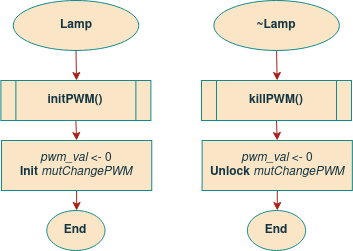
This is project/report/images/09sw_specification/lampconstruct.png from ESRGgroup9/slipad, a draw.io export, as it was before one commit. Source tidied: cells renumbered, new cells last; positions are measured from the earlier drawing's top-left corner, leaving out a move shared by most shapes. Source of this version:
```xml
<mxGraphModel>
  <root>
    <mxCell id="0" />
    <mxCell id="1" parent="0" />
    <mxCell id="2" style="edgeStyle=orthogonalEdgeStyle;curved=0;rounded=1;sketch=0;jettySize=auto;html=1;exitX=0.5;exitY=1;exitDx=0;exitDy=0;entryX=0.5;entryY=0;entryDx=0;entryDy=0;fontColor=#143642;strokeColor=#A8201A;fillColor=#FAE5C7;" parent="1" edge="1" source="3">
      <mxGeometry relative="1" as="geometry">
        <mxPoint x="76" y="80" as="targetPoint" />
      </mxGeometry>
    </mxCell>
    <mxCell id="3" value="Lamp" style="ellipse;whiteSpace=wrap;html=1;fillColor=#FAE5C7;strokeColor=#0F8B8D;fontColor=#143642;fontStyle=1;" parent="1" vertex="1">
      <mxGeometry x="12.8" width="125.5" height="50" as="geometry" />
    </mxCell>
    <mxCell id="4" style="edgeStyle=orthogonalEdgeStyle;curved=0;rounded=1;sketch=0;jettySize=auto;html=1;exitX=0.5;exitY=1;exitDx=0;exitDy=0;entryX=0.5;entryY=0;entryDx=0;entryDy=0;fontColor=#143642;strokeColor=#A8201A;fillColor=#FAE5C7;" parent="1" edge="1" source="5">
      <mxGeometry relative="1" as="geometry">
        <mxPoint x="76.1" y="210" as="targetPoint" />
      </mxGeometry>
    </mxCell>
    <mxCell id="5" value="&lt;div&gt;&lt;i&gt;pwm_val&lt;/i&gt; &amp;lt;- 0&lt;/div&gt;&lt;div&gt;&lt;b&gt;Init&lt;/b&gt; &lt;i&gt;mutChangePWM&lt;/i&gt;&lt;/div&gt;" style="rounded=0;whiteSpace=wrap;html=1;sketch=0;fontColor=#143642;strokeColor=#0F8B8D;fillColor=#FAE5C7;" parent="1" vertex="1">
      <mxGeometry x="1" y="140" width="150.2" height="50" as="geometry" />
    </mxCell>
    <mxCell id="6" style="edgeStyle=orthogonalEdgeStyle;curved=0;rounded=1;sketch=0;jettySize=auto;html=1;exitX=0.5;exitY=1;exitDx=0;exitDy=0;entryX=0.5;entryY=0;entryDx=0;entryDy=0;fontColor=#143642;strokeColor=#A8201A;fillColor=#FAE5C7;" parent="1" edge="1" source="7" target="5">
      <mxGeometry relative="1" as="geometry" />
    </mxCell>
    <mxCell id="7" value="&lt;b&gt;initPWM()&lt;/b&gt;" style="shape=process;whiteSpace=wrap;html=1;backgroundOutline=1;rounded=0;sketch=0;fontColor=#143642;strokeColor=#0F8B8D;fillColor=#FAE5C7;" parent="1" vertex="1">
      <mxGeometry x="0.4" y="80" width="150" height="40" as="geometry" />
    </mxCell>
    <mxCell id="8" value="End" style="ellipse;whiteSpace=wrap;html=1;fillColor=#FAE5C7;strokeColor=#0F8B8D;fontColor=#143642;fontStyle=1;" parent="1" vertex="1">
      <mxGeometry x="46.3" y="210" width="58.2" height="40" as="geometry" />
    </mxCell>
    <mxCell id="9" style="edgeStyle=orthogonalEdgeStyle;curved=0;rounded=1;sketch=0;jettySize=auto;html=1;exitX=0.5;exitY=1;exitDx=0;exitDy=0;entryX=0.5;entryY=0;entryDx=0;entryDy=0;fontColor=#143642;strokeColor=#A8201A;fillColor=#FAE5C7;" parent="1" edge="1" source="10">
      <mxGeometry relative="1" as="geometry">
        <mxPoint x="276.6" y="80" as="targetPoint" />
      </mxGeometry>
    </mxCell>
    <mxCell id="10" value="~Lamp" style="ellipse;whiteSpace=wrap;html=1;fillColor=#FAE5C7;strokeColor=#0F8B8D;fontColor=#143642;fontStyle=1;" parent="1" vertex="1">
      <mxGeometry x="213.4" width="125.5" height="50" as="geometry" />
    </mxCell>
    <mxCell id="11" style="edgeStyle=orthogonalEdgeStyle;curved=0;rounded=1;sketch=0;jettySize=auto;html=1;exitX=0.5;exitY=1;exitDx=0;exitDy=0;entryX=0.5;entryY=0;entryDx=0;entryDy=0;fontColor=#143642;strokeColor=#A8201A;fillColor=#FAE5C7;" parent="1" edge="1" source="12">
      <mxGeometry relative="1" as="geometry">
        <mxPoint x="276.7" y="210" as="targetPoint" />
      </mxGeometry>
    </mxCell>
    <mxCell id="12" value="&lt;div&gt;&lt;i&gt;pwm_val&lt;/i&gt; &amp;lt;- 0&lt;/div&gt;&lt;div&gt;&lt;b&gt;Unlock&lt;/b&gt; &lt;i&gt;mutChangePWM&lt;/i&gt;&lt;/div&gt;" style="rounded=0;whiteSpace=wrap;html=1;sketch=0;fontColor=#143642;strokeColor=#0F8B8D;fillColor=#FAE5C7;" parent="1" vertex="1">
      <mxGeometry x="201.6" y="140" width="150.2" height="50" as="geometry" />
    </mxCell>
    <mxCell id="13" style="edgeStyle=orthogonalEdgeStyle;curved=0;rounded=1;sketch=0;jettySize=auto;html=1;exitX=0.5;exitY=1;exitDx=0;exitDy=0;entryX=0.5;entryY=0;entryDx=0;entryDy=0;fontColor=#143642;strokeColor=#A8201A;fillColor=#FAE5C7;" parent="1" edge="1" source="14" target="12">
      <mxGeometry relative="1" as="geometry" />
    </mxCell>
    <mxCell id="14" value="&lt;b&gt;killPWM()&lt;/b&gt;" style="shape=process;whiteSpace=wrap;html=1;backgroundOutline=1;rounded=0;sketch=0;fontColor=#143642;strokeColor=#0F8B8D;fillColor=#FAE5C7;" parent="1" vertex="1">
      <mxGeometry x="201" y="80" width="150" height="40" as="geometry" />
    </mxCell>
    <mxCell id="15" value="End" style="ellipse;whiteSpace=wrap;html=1;fillColor=#FAE5C7;strokeColor=#0F8B8D;fontColor=#143642;fontStyle=1;" parent="1" vertex="1">
      <mxGeometry x="246.9" y="210" width="58.2" height="40" as="geometry" />
    </mxCell>
  </root>
</mxGraphModel>
```
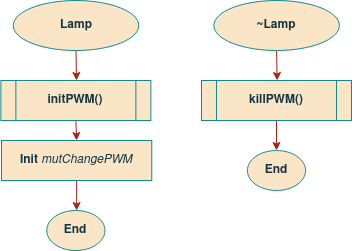
After the commit.

Diff of the diagram source:
```diff
@@ -15,8 +15,8 @@
         <mxPoint x="76.1" y="210" as="targetPoint" />
       </mxGeometry>
     </mxCell>
-    <mxCell id="5" value="&lt;div&gt;&lt;i&gt;pwm_val&lt;/i&gt; &amp;lt;- 0&lt;/div&gt;&lt;div&gt;&lt;b&gt;Init&lt;/b&gt; &lt;i&gt;mutChangePWM&lt;/i&gt;&lt;/div&gt;" style="rounded=0;whiteSpace=wrap;html=1;sketch=0;fontColor=#143642;strokeColor=#0F8B8D;fillColor=#FAE5C7;" parent="1" vertex="1">
-      <mxGeometry x="1" y="140" width="150.2" height="50" as="geometry" />
+    <mxCell id="5" value="&lt;div&gt;&lt;b&gt;Init&lt;/b&gt; &lt;i&gt;mutChangePWM&lt;/i&gt;&lt;/div&gt;" style="rounded=0;whiteSpace=wrap;html=1;sketch=0;fontColor=#143642;strokeColor=#0F8B8D;fillColor=#FAE5C7;" parent="1" vertex="1">
+      <mxGeometry x="1" y="140" width="150.2" height="40" as="geometry" />
     </mxCell>
     <mxCell id="6" style="edgeStyle=orthogonalEdgeStyle;curved=0;rounded=1;sketch=0;jettySize=auto;html=1;exitX=0.5;exitY=1;exitDx=0;exitDy=0;entryX=0.5;entryY=0;entryDx=0;entryDy=0;fontColor=#143642;strokeColor=#A8201A;fillColor=#FAE5C7;" parent="1" edge="1" source="7" target="5">
       <mxGeometry relative="1" as="geometry" />
@@ -35,22 +35,14 @@
     <mxCell id="10" value="~Lamp" style="ellipse;whiteSpace=wrap;html=1;fillColor=#FAE5C7;strokeColor=#0F8B8D;fontColor=#143642;fontStyle=1;" parent="1" vertex="1">
       <mxGeometry x="213.4" width="125.5" height="50" as="geometry" />
     </mxCell>
-    <mxCell id="11" style="edgeStyle=orthogonalEdgeStyle;curved=0;rounded=1;sketch=0;jettySize=auto;html=1;exitX=0.5;exitY=1;exitDx=0;exitDy=0;entryX=0.5;entryY=0;entryDx=0;entryDy=0;fontColor=#143642;strokeColor=#A8201A;fillColor=#FAE5C7;" parent="1" edge="1" source="12">
-      <mxGeometry relative="1" as="geometry">
-        <mxPoint x="276.7" y="210" as="targetPoint" />
-      </mxGeometry>
-    </mxCell>
-    <mxCell id="12" value="&lt;div&gt;&lt;i&gt;pwm_val&lt;/i&gt; &amp;lt;- 0&lt;/div&gt;&lt;div&gt;&lt;b&gt;Unlock&lt;/b&gt; &lt;i&gt;mutChangePWM&lt;/i&gt;&lt;/div&gt;" style="rounded=0;whiteSpace=wrap;html=1;sketch=0;fontColor=#143642;strokeColor=#0F8B8D;fillColor=#FAE5C7;" parent="1" vertex="1">
-      <mxGeometry x="201.6" y="140" width="150.2" height="50" as="geometry" />
-    </mxCell>
-    <mxCell id="13" style="edgeStyle=orthogonalEdgeStyle;curved=0;rounded=1;sketch=0;jettySize=auto;html=1;exitX=0.5;exitY=1;exitDx=0;exitDy=0;entryX=0.5;entryY=0;entryDx=0;entryDy=0;fontColor=#143642;strokeColor=#A8201A;fillColor=#FAE5C7;" parent="1" edge="1" source="14" target="12">
-      <mxGeometry relative="1" as="geometry" />
-    </mxCell>
+    <mxCell id="16" style="edgeStyle=orthogonalEdgeStyle;curved=0;rounded=1;sketch=0;jettySize=auto;html=1;exitX=0.5;exitY=1;exitDx=0;exitDy=0;entryX=0.5;entryY=0;entryDx=0;entryDy=0;fontSize=11;fontColor=#143642;strokeColor=#A8201A;fillColor=#FAE5C7;" parent="1" edge="1" source="14" target="15">
+      <mxGeometry relative="1" as="geometry" />
+    </mxCell>
     <mxCell id="14" value="&lt;b&gt;killPWM()&lt;/b&gt;" style="shape=process;whiteSpace=wrap;html=1;backgroundOutline=1;rounded=0;sketch=0;fontColor=#143642;strokeColor=#0F8B8D;fillColor=#FAE5C7;" parent="1" vertex="1">
       <mxGeometry x="201" y="80" width="150" height="40" as="geometry" />
     </mxCell>
     <mxCell id="15" value="End" style="ellipse;whiteSpace=wrap;html=1;fillColor=#FAE5C7;strokeColor=#0F8B8D;fontColor=#143642;fontStyle=1;" parent="1" vertex="1">
-      <mxGeometry x="246.9" y="210" width="58.2" height="40" as="geometry" />
+      <mxGeometry x="246.9" y="150" width="58.2" height="40" as="geometry" />
     </mxCell>
   </root>
 </mxGraphModel>
```
